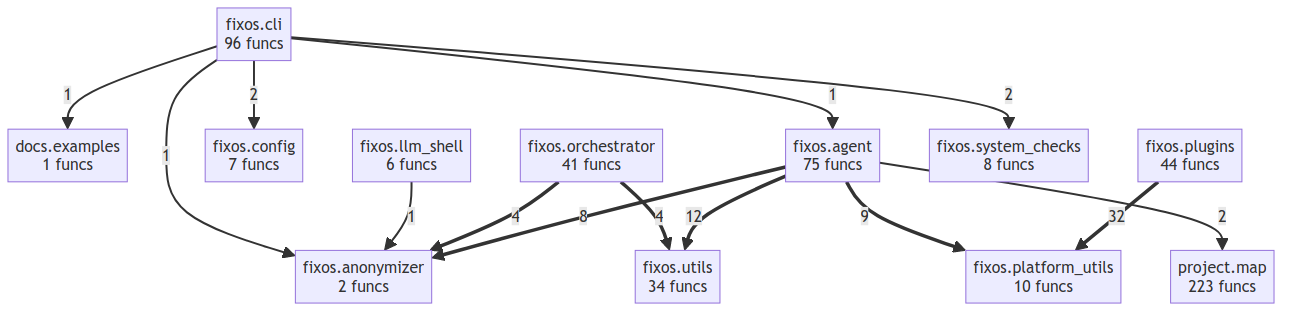
Above: project/compact_flow.png in wronai/fixos (Mermaid), before the change. Its source is kept beside it as project/compact_flow.mmd.
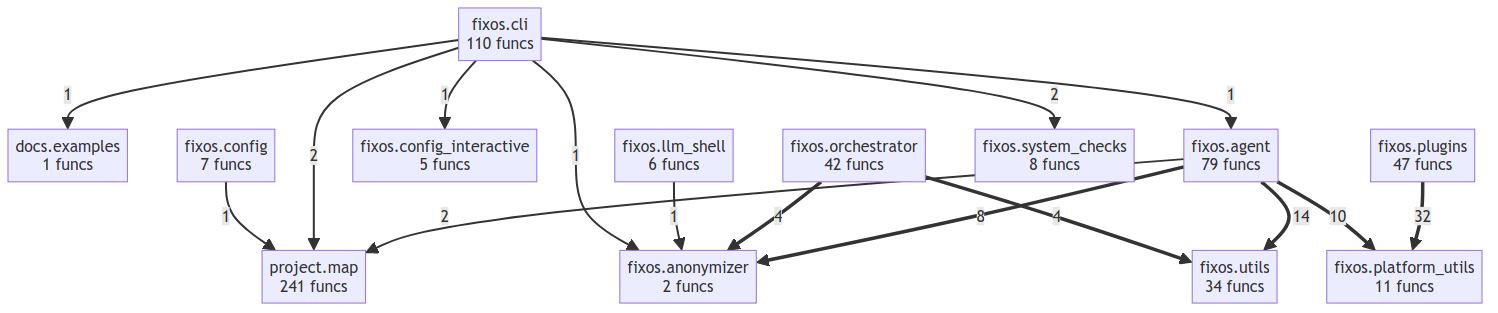
Above is the later version.

The edit, as a diff of the source:
```diff
@@ -1,26 +1,29 @@
 flowchart TD
     docs__examples["docs.examples<br/>1 funcs"]
-    fixos__agent["fixos.agent<br/>75 funcs"]
+    fixos__agent["fixos.agent<br/>79 funcs"]
     fixos__anonymizer["fixos.anonymizer<br/>2 funcs"]
-    fixos__cli["fixos.cli<br/>96 funcs"]
+    fixos__cli["fixos.cli<br/>110 funcs"]
     fixos__config["fixos.config<br/>7 funcs"]
+    fixos__config_interactive["fixos.config_interactive<br/>5 funcs"]
     fixos__llm_shell["fixos.llm_shell<br/>6 funcs"]
-    fixos__orchestrator["fixos.orchestrator<br/>41 funcs"]
-    fixos__platform_utils["fixos.platform_utils<br/>10 funcs"]
-    fixos__plugins["fixos.plugins<br/>44 funcs"]
+    fixos__orchestrator["fixos.orchestrator<br/>42 funcs"]
+    fixos__platform_utils["fixos.platform_utils<br/>11 funcs"]
+    fixos__plugins["fixos.plugins<br/>47 funcs"]
     fixos__system_checks["fixos.system_checks<br/>8 funcs"]
     fixos__utils["fixos.utils<br/>34 funcs"]
-    project__map["project.map<br/>223 funcs"]
+    project__map["project.map<br/>241 funcs"]
     fixos__plugins ==>|32| fixos__platform_utils
-    fixos__agent ==>|12| fixos__utils
-    fixos__agent ==>|9| fixos__platform_utils
+    fixos__agent ==>|14| fixos__utils
+    fixos__agent ==>|10| fixos__platform_utils
     fixos__agent ==>|8| fixos__anonymizer
     fixos__orchestrator ==>|4| fixos__anonymizer
     fixos__orchestrator ==>|4| fixos__utils
     fixos__agent -->|2| project__map
+    fixos__cli -->|2| project__map
     fixos__cli -->|2| fixos__system_checks
-    fixos__cli -->|2| fixos__config
     fixos__llm_shell -->|1| fixos__anonymizer
+    fixos__config -->|1| project__map
     fixos__cli -->|1| fixos__anonymizer
     fixos__cli -->|1| docs__examples
     fixos__cli -->|1| fixos__agent
+    fixos__cli -->|1| fixos__config_interactive
```
